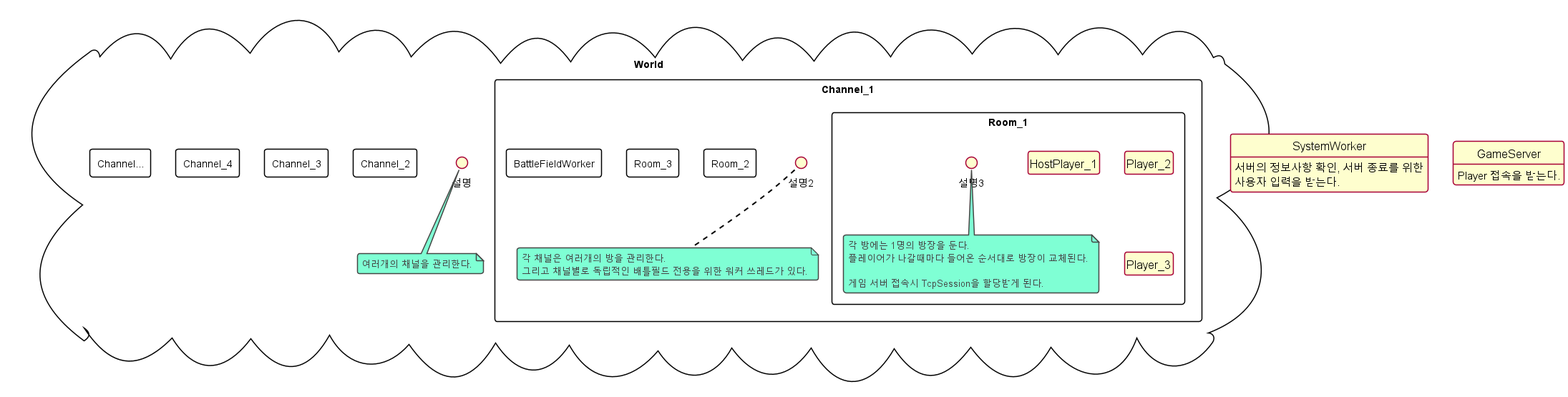
Earlier version of the PlantUML export Documents/Images/TankFighter/ServerStructure.png (yjd6808/_YJD_Harmony). Its source is kept beside it as Documents/Design/TankFighter/ServerStructure.puml. Source of this version:
```plantuml
@startuml

skinparam ClassFontSize 20
skinparam ClassFontColor Black
skinparam ClassAttributeFontSize 15
skinparam ArrowColor Black
skinparam ArrowThickness 2

hide empty methods
hide empty fields

class NetCore {
    + void ProcessGameLoop()
    + void Update()
}

note left
BattleFiledRoutine {
    if (State == PlayWait) StepPlayWait()
    if (State == Playing) StepPlaying()
    if (State == PlayEndWait) StepPlayEndWait()
}
end note

class GameServer {

}

class GameSession {

}

class World {
    + Initialize()
    + void Update() override;
    --
    - List<Player>
}

class TimeManager {

}

class Channel {
    + void Update() override;
    --
    - Id
    - List<Player>
}

class Room {
    --
    - Id
    - State
    - List<Player>
}

class Player<<ObjectPool>> {

}

class RoutineManager {
    BattleFieldRoutine
    --
    + Initialize()
    + void Update() override;
}


interface IRoutineParticipant {
    void OnRoutineBegin(Routine*)
    void OnRoutineUpdate(Routine*)
    void OnRoutineEnd(Routine*)
}

abstract Routine extends IUpdaable {
    void OnBegin() virtual = 0
    void OnStageChanged() virtual = 0
    void OnEnd() virtual = 0
    Type GetType() const virtual = 0
    --
    # List<IStage> StageList
    # List<IRoutineParticipant> ParticipantList
}

abstract Stage extends IUpdatable {
    Stage(Routine*)

    - void OnBegin() virtual = 0
    - void OnEnd() virtual = 0
    --
    # Routine* Routine
}

NetCore --> ChannelManager

GameServer *-d-> GameSession
GameSession .d.> Player



@enduml
```
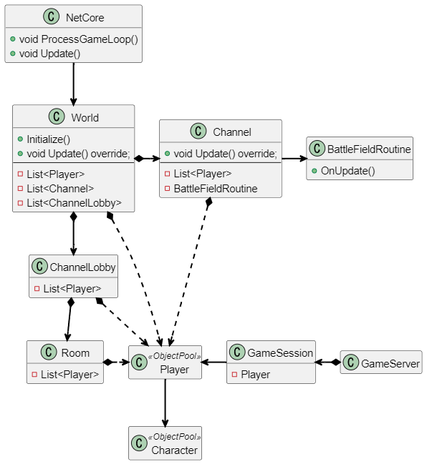
The same file after the commit.

Diff of the diagram source:
```diff
@@ -14,20 +14,12 @@
     + void Update()
 }
 
-note left
-BattleFiledRoutine {
-    if (State == PlayWait) StepPlayWait()
-    if (State == Playing) StepPlaying()
-    if (State == PlayEndWait) StepPlayEndWait()
-}
-end note
-
 class GameServer {
 
 }
 
 class GameSession {
-
+    - Player
 }
 
 class World {
@@ -35,23 +27,22 @@
     + void Update() override;
     --
     - List<Player>
-}
-
-class TimeManager {
-
+    - List<Channel>
+    - List<ChannelLobby>
 }
 
 class Channel {
     + void Update() override;
     --
-    - Id
+    - List<Player>
+    - BattleFieldRoutine
+}
+
+class ChannelLobby {
     - List<Player>
 }
 
 class Room {
-    --
-    - Id
-    - State
     - List<Player>
 }
 
@@ -59,43 +50,27 @@
 
 }
 
-class RoutineManager {
-    BattleFieldRoutine
-    --
-    + Initialize()
-    + void Update() override;
+class Character<<ObjectPool>> {
+
 }
 
-
-interface IRoutineParticipant {
-    void OnRoutineBegin(Routine*)
-    void OnRoutineUpdate(Routine*)
-    void OnRoutineEnd(Routine*)
+class BattleFieldRoutine {
+    + OnUpdate()
 }
 
-abstract Routine extends IUpdaable {
-    void OnBegin() virtual = 0
-    void OnStageChanged() virtual = 0
-    void OnEnd() virtual = 0
-    Type GetType() const virtual = 0
-    --
-    # List<IStage> StageList
-    # List<IRoutineParticipant> ParticipantList
-}
+NetCore --> World
+World *-r-> Channel
+World *--> ChannelLobby
+Channel -r-> BattleFieldRoutine
+ChannelLobby *--> Room
+World *.r.> Player
+Channel *.r.> Player
+ChannelLobby *.r.> Player
+Room *.r.> Player
+Player -d-> Character
 
-abstract Stage extends IUpdatable {
-    Stage(Routine*)
-
-    - void OnBegin() virtual = 0
-    - void OnEnd() virtual = 0
-    --
-    # Routine* Routine
-}
-
-NetCore --> ChannelManager
-
-GameServer *-d-> GameSession
-GameSession .d.> Player
+GameServer *-l-> GameSession
+GameSession -l-> Player
 
 
 
```
